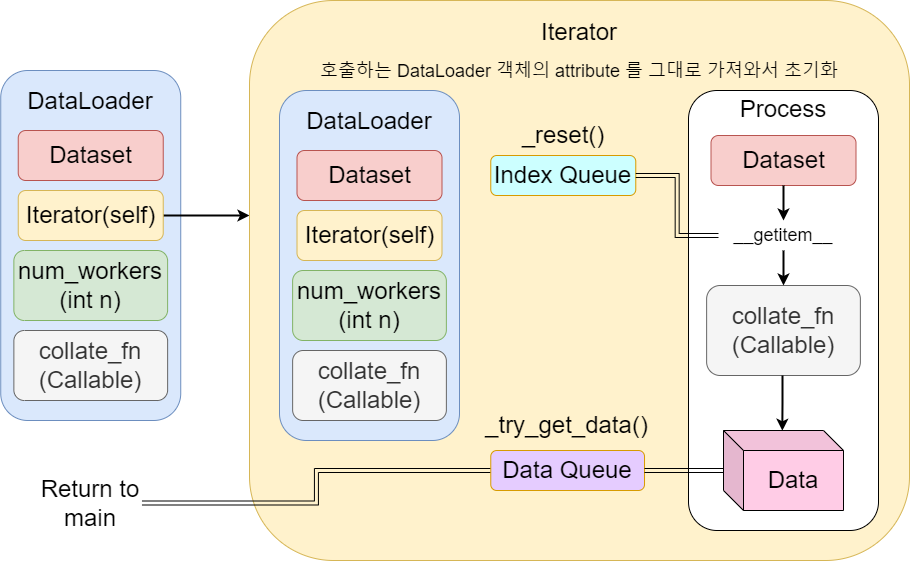
Earlier version of the draw.io export images/dataflow.png (Kanet1105/WeeklyEssays). Source tidied: cells renumbered, new cells last; positions are measured from the earlier drawing's top-left corner, leaving out a move shared by most shapes.
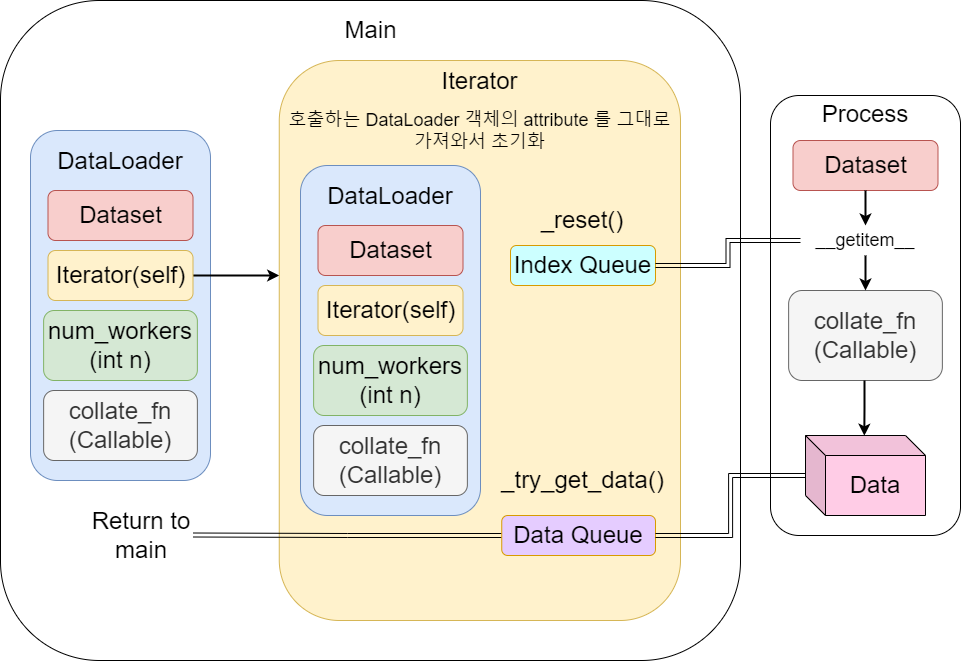
The same file after the commit.

Change to the diagram source:
```diff
@@ -2,94 +2,92 @@
   <root>
     <mxCell id="0" />
     <mxCell id="1" parent="0" />
+    <mxCell id="31" style="rounded=1;whiteSpace=wrap;html=1;" parent="1" vertex="1">
+      <mxGeometry x="-231" y="-50" width="740" height="660" as="geometry" />
+    </mxCell>
     <mxCell id="2" value="&lt;font style=&quot;font-size: 24px&quot;&gt;DataLoader&lt;br&gt;&lt;br&gt;&lt;br&gt;&lt;br&gt;&lt;br&gt;&lt;br&gt;&lt;br&gt;&lt;br&gt;&lt;br&gt;&lt;br&gt;&lt;br&gt;&lt;/font&gt;" style="rounded=1;whiteSpace=wrap;html=1;fillColor=#dae8fc;strokeColor=#6c8ebf;" parent="1" vertex="1">
-      <mxGeometry x="0.2" y="70" width="180" height="350" as="geometry" />
+      <mxGeometry x="-201" y="80" width="180" height="350" as="geometry" />
     </mxCell>
     <mxCell id="3" value="&lt;font style=&quot;font-size: 24px&quot;&gt;Dataset&lt;/font&gt;" style="rounded=1;whiteSpace=wrap;html=1;fillColor=#f8cecc;strokeColor=#b85450;" parent="1" vertex="1">
-      <mxGeometry x="17.7" y="130" width="145" height="50" as="geometry" />
+      <mxGeometry x="-183.5" y="140" width="145" height="50" as="geometry" />
     </mxCell>
     <mxCell id="4" style="edgeStyle=orthogonalEdgeStyle;rounded=0;jettySize=auto;html=1;fontSize=24;exitX=1;exitY=0.5;exitDx=0;exitDy=0;strokeWidth=2;" parent="1" edge="1" source="5" target="6">
       <mxGeometry relative="1" as="geometry">
         <Array as="points">
-          <mxPoint x="199" y="215" />
-          <mxPoint x="199" y="215" />
+          <mxPoint x="-2.2" y="225" />
+          <mxPoint x="-2.2" y="225" />
         </Array>
       </mxGeometry>
     </mxCell>
     <mxCell id="5" value="&lt;font style=&quot;font-size: 24px&quot;&gt;Iterator(self)&lt;/font&gt;" style="rounded=1;whiteSpace=wrap;html=1;fillColor=#fff2cc;strokeColor=#d6b656;" parent="1" vertex="1">
-      <mxGeometry x="17.7" y="190" width="145" height="50" as="geometry" />
+      <mxGeometry x="-183.5" y="200" width="145" height="50" as="geometry" />
     </mxCell>
     <mxCell id="6" value="&lt;font&gt;&lt;span style=&quot;font-size: 24px&quot;&gt;Iterator&lt;/span&gt;&lt;br&gt;&lt;br&gt;&lt;font style=&quot;font-size: 18px&quot;&gt;호출하는 DataLoader 객체의 attribute 를 그대로 가져와서 초기화&lt;br&gt;&lt;/font&gt;&lt;/font&gt;&lt;font style=&quot;font-size: 24px&quot;&gt;&lt;br&gt;&lt;br&gt;&lt;br&gt;&lt;br&gt;&lt;br&gt;&lt;br&gt;&lt;br&gt;&lt;br&gt;&lt;br&gt;&lt;br&gt;&lt;br&gt;&lt;br&gt;&lt;br&gt;&lt;br&gt;&lt;br&gt;&lt;br&gt;&lt;/font&gt;" style="whiteSpace=wrap;html=1;fillColor=#fff2cc;strokeColor=#d6b656;rounded=1;" parent="1" vertex="1">
-      <mxGeometry x="249" width="660" height="560" as="geometry" />
+      <mxGeometry x="47.8" y="10" width="401.2" height="560" as="geometry" />
     </mxCell>
     <mxCell id="7" value="&lt;span style=&quot;font-size: 24px&quot;&gt;num_workers&lt;br&gt;(int n)&lt;br&gt;&lt;/span&gt;" style="rounded=1;whiteSpace=wrap;html=1;fillColor=#d5e8d4;strokeColor=#82b366;" parent="1" vertex="1">
-      <mxGeometry x="13.4" y="250" width="153.8" height="70" as="geometry" />
+      <mxGeometry x="-187.9" y="260" width="153.8" height="70" as="geometry" />
     </mxCell>
     <mxCell id="8" value="&lt;span style=&quot;font-size: 24px&quot;&gt;collate_fn&lt;br&gt;(Callable)&lt;br&gt;&lt;/span&gt;" style="rounded=1;whiteSpace=wrap;html=1;fillColor=#f5f5f5;strokeColor=#666666;fontColor=#333333;" parent="1" vertex="1">
-      <mxGeometry x="13.4" y="330" width="153.8" height="70" as="geometry" />
+      <mxGeometry x="-187.9" y="340" width="153.8" height="70" as="geometry" />
     </mxCell>
     <mxCell id="9" value="&lt;span style=&quot;font-size: 24px&quot;&gt;Index Queue&lt;/span&gt;" style="rounded=1;whiteSpace=wrap;html=1;fillColor=#CCFFFF;strokeColor=#d79b00;" parent="1" vertex="1">
-      <mxGeometry x="490.3" y="155" width="145" height="40" as="geometry" />
+      <mxGeometry x="279" y="195" width="145" height="40" as="geometry" />
     </mxCell>
     <mxCell id="10" value="&lt;font&gt;&lt;font style=&quot;font-size: 24px&quot;&gt;Process&lt;/font&gt;&lt;br&gt;&lt;br&gt;&lt;br&gt;&lt;br&gt;&lt;br&gt;&lt;br&gt;&lt;br&gt;&lt;br&gt;&lt;br&gt;&lt;br&gt;&lt;br&gt;&lt;br&gt;&lt;br&gt;&lt;br&gt;&lt;br&gt;&lt;br&gt;&lt;br&gt;&lt;br&gt;&lt;br&gt;&lt;br&gt;&lt;br&gt;&lt;br&gt;&lt;br&gt;&lt;br&gt;&lt;br&gt;&lt;br&gt;&lt;br&gt;&lt;br&gt;&lt;br&gt;&lt;/font&gt;" style="rounded=1;whiteSpace=wrap;html=1;" parent="1" vertex="1">
-      <mxGeometry x="688" y="90" width="190" height="440" as="geometry" />
+      <mxGeometry x="539" y="45" width="190" height="440" as="geometry" />
     </mxCell>
-    <mxCell id="11" style="edgeStyle=orthogonalEdgeStyle;shape=link;rounded=0;jettySize=auto;html=1;fontSize=24;" parent="1" edge="1" source="13">
-      <mxGeometry relative="1" as="geometry">
-        <mxPoint x="450.2" y="470" as="targetPoint" />
-      </mxGeometry>
-    </mxCell>
     <mxCell id="12" style="edgeStyle=orthogonalEdgeStyle;shape=link;rounded=0;jettySize=auto;html=1;fontSize=24;entryX=1;entryY=0.5;entryDx=0;entryDy=0;" parent="1" edge="1" source="13" target="27">
       <mxGeometry relative="1" as="geometry" />
     </mxCell>
     <mxCell id="13" value="&lt;span style=&quot;font-size: 24px&quot;&gt;Data Queue&lt;/span&gt;" style="rounded=1;whiteSpace=wrap;html=1;fillColor=#E5CCFF;strokeColor=#d79b00;" parent="1" vertex="1">
-      <mxGeometry x="490.3" y="450" width="153.8" height="40" as="geometry" />
+      <mxGeometry x="270.2" y="465" width="153.8" height="40" as="geometry" />
     </mxCell>
     <mxCell id="14" value="&lt;font style=&quot;font-size: 24px&quot;&gt;Dataset&lt;/font&gt;" style="rounded=1;whiteSpace=wrap;html=1;fillColor=#f8cecc;strokeColor=#b85450;" parent="1" vertex="1">
-      <mxGeometry x="710.5" y="135" width="145" height="50" as="geometry" />
+      <mxGeometry x="561.5" y="90" width="145" height="50" as="geometry" />
     </mxCell>
     <mxCell id="15" value="&lt;span style=&quot;font-size: 24px&quot;&gt;collate_fn&lt;br&gt;(Callable)&lt;br&gt;&lt;/span&gt;" style="rounded=1;whiteSpace=wrap;html=1;fillColor=#f5f5f5;strokeColor=#666666;fontColor=#333333;" parent="1" vertex="1">
-      <mxGeometry x="706.1" y="285" width="153.8" height="90" as="geometry" />
+      <mxGeometry x="557.1" y="240" width="153.8" height="90" as="geometry" />
     </mxCell>
     <mxCell id="16" value="__getitem__" style="text;html=1;strokeColor=none;fillColor=none;align=center;verticalAlign=middle;whiteSpace=wrap;rounded=0;fontSize=18;" parent="1" vertex="1">
-      <mxGeometry x="718" y="220" width="130" height="30" as="geometry" />
+      <mxGeometry x="569" y="175" width="130" height="30" as="geometry" />
     </mxCell>
     <mxCell id="17" value="&lt;font style=&quot;font-size: 24px&quot;&gt;DataLoader&lt;br&gt;&lt;br&gt;&lt;br&gt;&lt;br&gt;&lt;br&gt;&lt;br&gt;&lt;br&gt;&lt;br&gt;&lt;br&gt;&lt;br&gt;&lt;br&gt;&lt;/font&gt;" style="rounded=1;whiteSpace=wrap;html=1;fillColor=#dae8fc;strokeColor=#6c8ebf;" parent="1" vertex="1">
-      <mxGeometry x="279" y="90" width="180" height="350" as="geometry" />
+      <mxGeometry x="69" y="115" width="180" height="350" as="geometry" />
     </mxCell>
     <mxCell id="18" value="&lt;font style=&quot;font-size: 24px&quot;&gt;Dataset&lt;/font&gt;" style="rounded=1;whiteSpace=wrap;html=1;fillColor=#f8cecc;strokeColor=#b85450;" parent="1" vertex="1">
-      <mxGeometry x="296.5" y="150" width="145" height="50" as="geometry" />
+      <mxGeometry x="86.5" y="175" width="145" height="50" as="geometry" />
     </mxCell>
     <mxCell id="19" value="&lt;font style=&quot;font-size: 24px&quot;&gt;Iterator(self)&lt;/font&gt;" style="rounded=1;whiteSpace=wrap;html=1;fillColor=#fff2cc;strokeColor=#d6b656;" parent="1" vertex="1">
-      <mxGeometry x="296.5" y="210" width="145" height="50" as="geometry" />
+      <mxGeometry x="86.5" y="235" width="145" height="50" as="geometry" />
     </mxCell>
     <mxCell id="20" value="&lt;span style=&quot;font-size: 24px&quot;&gt;num_workers&lt;br&gt;(int n)&lt;br&gt;&lt;/span&gt;" style="rounded=1;whiteSpace=wrap;html=1;fillColor=#d5e8d4;strokeColor=#82b366;" parent="1" vertex="1">
-      <mxGeometry x="292.1" y="270" width="153.8" height="70" as="geometry" />
+      <mxGeometry x="82.1" y="295" width="153.8" height="70" as="geometry" />
     </mxCell>
     <mxCell id="21" value="&lt;span style=&quot;font-size: 24px&quot;&gt;collate_fn&lt;br&gt;(Callable)&lt;br&gt;&lt;/span&gt;" style="rounded=1;whiteSpace=wrap;html=1;fillColor=#f5f5f5;strokeColor=#666666;fontColor=#333333;" parent="1" vertex="1">
-      <mxGeometry x="292.1" y="350" width="153.8" height="70" as="geometry" />
+      <mxGeometry x="82.1" y="375" width="153.8" height="70" as="geometry" />
     </mxCell>
     <mxCell id="22" style="edgeStyle=orthogonalEdgeStyle;shape=link;rounded=0;jettySize=auto;html=1;fontSize=24;" parent="1" edge="1" source="23" target="13">
       <mxGeometry relative="1" as="geometry" />
     </mxCell>
     <mxCell id="23" value="Data" style="shape=cube;whiteSpace=wrap;html=1;boundedLbl=1;backgroundOutline=1;darkOpacity=0.05;darkOpacity2=0.1;fontSize=24;fillColor=#FFCCE6;" parent="1" vertex="1">
-      <mxGeometry x="723" y="430" width="120" height="80" as="geometry" />
+      <mxGeometry x="574" y="385" width="120" height="80" as="geometry" />
     </mxCell>
     <mxCell id="24" style="edgeStyle=orthogonalEdgeStyle;shape=link;rounded=0;jettySize=auto;html=1;fontSize=24;entryX=0;entryY=0.5;entryDx=0;entryDy=0;" parent="1" edge="1" source="9" target="16">
       <mxGeometry relative="1" as="geometry" />
     </mxCell>
     <mxCell id="25" value="_reset()" style="text;html=1;strokeColor=none;fillColor=none;align=center;verticalAlign=middle;whiteSpace=wrap;rounded=0;fontSize=24;" parent="1" vertex="1">
-      <mxGeometry x="519.6" y="120" width="86.2" height="30" as="geometry" />
+      <mxGeometry x="308.4" y="155" width="86.2" height="30" as="geometry" />
     </mxCell>
     <mxCell id="26" value="_try_get_data()" style="text;html=1;strokeColor=none;fillColor=none;align=center;verticalAlign=middle;whiteSpace=wrap;rounded=0;fontSize=24;" parent="1" vertex="1">
-      <mxGeometry x="472.5" y="410" width="189.3" height="30" as="geometry" />
+      <mxGeometry x="256.8" y="415" width="189.3" height="30" as="geometry" />
     </mxCell>
     <mxCell id="27" value="Return to main&lt;br&gt;" style="text;html=1;strokeColor=none;fillColor=none;align=center;verticalAlign=middle;whiteSpace=wrap;rounded=0;fontSize=24;" parent="1" vertex="1">
-      <mxGeometry x="39" y="460" width="102.5" height="85" as="geometry" />
+      <mxGeometry x="-141" y="442" width="102.5" height="85" as="geometry" />
     </mxCell>
     <mxCell id="28" style="edgeStyle=orthogonalEdgeStyle;rounded=0;jettySize=auto;html=1;fontSize=24;exitX=0.5;exitY=1;exitDx=0;exitDy=0;strokeWidth=2;" parent="1" edge="1" source="14">
       <mxGeometry relative="1" as="geometry">
-        <mxPoint x="783" y="220" as="targetPoint" />
+        <mxPoint x="634" y="175" as="targetPoint" />
       </mxGeometry>
     </mxCell>
     <mxCell id="29" style="edgeStyle=orthogonalEdgeStyle;rounded=0;jettySize=auto;html=1;fontSize=24;exitX=0.5;exitY=1;exitDx=0;exitDy=0;entryX=0.5;entryY=0;entryDx=0;entryDy=0;strokeWidth=2;" parent="1" edge="1" source="16" target="15">
@@ -97,8 +95,11 @@
     </mxCell>
     <mxCell id="30" style="edgeStyle=orthogonalEdgeStyle;rounded=0;jettySize=auto;html=1;fontSize=24;exitX=0.5;exitY=1;exitDx=0;exitDy=0;entryX=0.49;entryY=0.003;entryDx=0;entryDy=0;entryPerimeter=0;strokeWidth=2;" parent="1" edge="1" target="23">
       <mxGeometry relative="1" as="geometry">
-        <mxPoint x="782" y="375" as="sourcePoint" />
+        <mxPoint x="633" y="330" as="sourcePoint" />
       </mxGeometry>
     </mxCell>
+    <mxCell id="32" value="&lt;span style=&quot;font-size: 24px&quot;&gt;Main&lt;/span&gt;" style="text;html=1;align=center;verticalAlign=middle;strokeColor=none;fillColor=none;" parent="1" vertex="1">
+      <mxGeometry x="104" y="-30" width="70" height="20" as="geometry" />
+    </mxCell>
   </root>
 </mxGraphModel>
```
